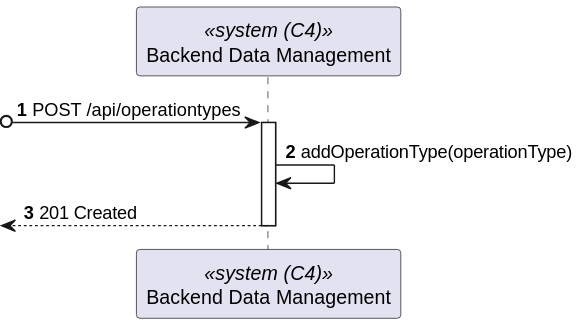
Earlier version of the PlantUML export docs/sprint-a/us-5.1.20/views/level2/process-view.svg (1220846/sem5pi-24-25-3ddg20). Its diagram source:
```plantuml
@startuml
autonumber

participant BackendDataManagement as "Backend Data Management" <<system (C4)>>

?o-> BackendDataManagement : POST /api/operationtypes
activate BackendDataManagement

    BackendDataManagement -> BackendDataManagement : addOperationType(operationType)

    <-- BackendDataManagement : 201 Created
deactivate BackendDataManagement
@enduml
```
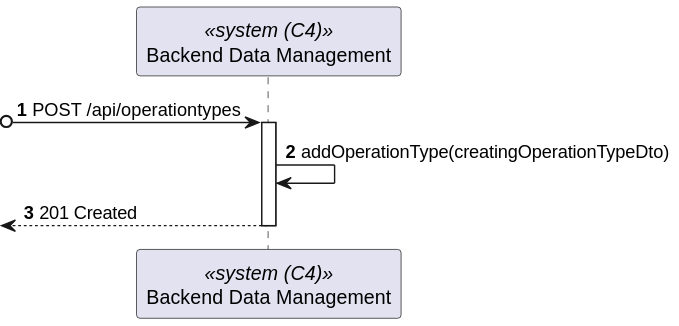
After the commit.

Commit message:
docs: fix process-view level2 #20

The edit, as a diff of the source:
```diff
@@ -6,7 +6,7 @@
 ?o-> BackendDataManagement : POST /api/operationtypes
 activate BackendDataManagement
 
-    BackendDataManagement -> BackendDataManagement : addOperationType(operationType)
+    BackendDataManagement -> BackendDataManagement : addOperationType(creatingOperationTypeDto)
 
     <-- BackendDataManagement : 201 Created
 deactivate BackendDataManagement
```
